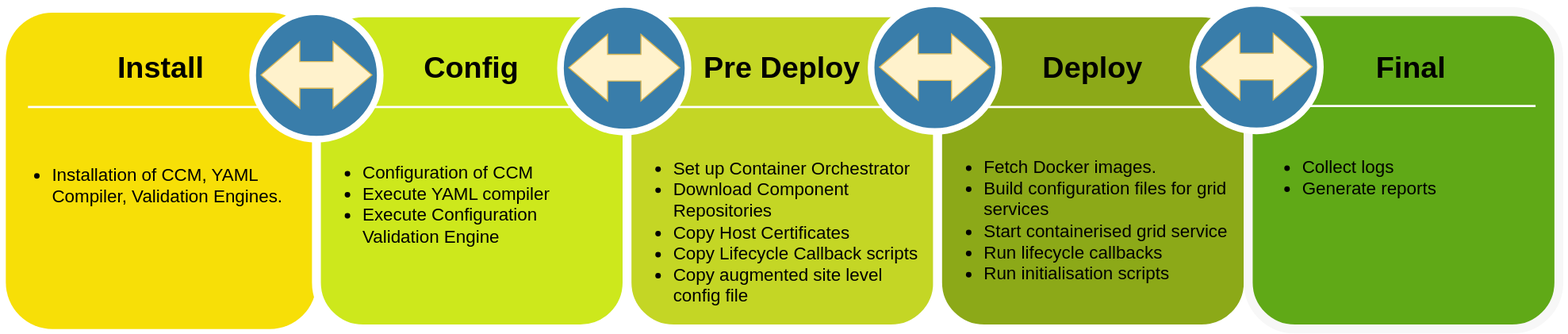
maany/simple-diagrams keeps this draw.io diagram as SIMPLE-execution pipeline.svg. Above is the earlier version. Source tidied: cells renumbered, new cells last; positions are measured from the earlier drawing's top-left corner, leaving out a move shared by most shapes.
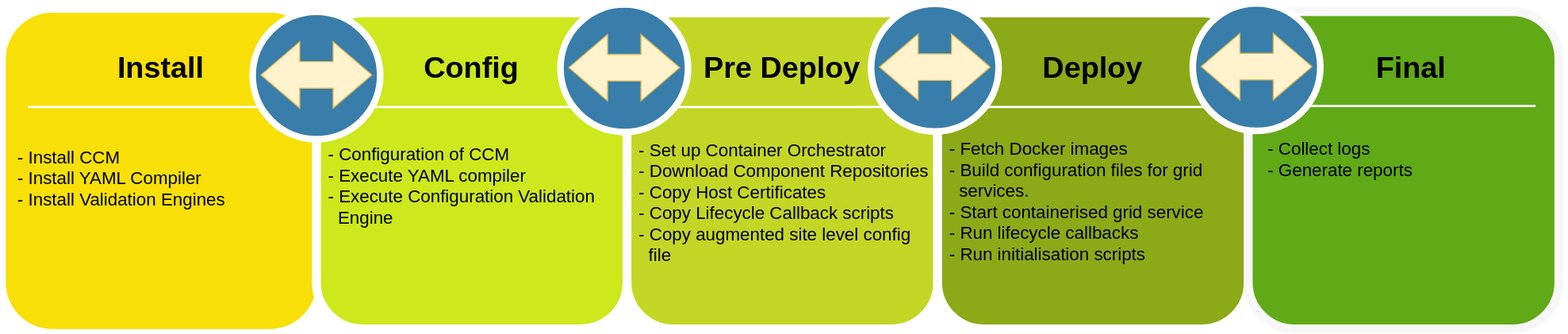
Above is the later version.

What changed in the source:
```diff
@@ -8,9 +8,9 @@
     <mxCell id="3" value="Install" style="text;html=1;strokeColor=none;fillColor=none;align=center;verticalAlign=middle;whiteSpace=wrap;rounded=0;shadow=0;fontSize=27;fontColor=#000000;fontStyle=1;" parent="1" vertex="1">
       <mxGeometry y="30" width="280" height="60" as="geometry" />
     </mxCell>
-    <mxCell id="4" value="&lt;ul style=&quot;font-size: 16px;&quot;&gt;&lt;li style=&quot;font-size: 16px;&quot;&gt;Installation of CCM, YAML Compiler, Validation Engines.&lt;/li&gt;&lt;/ul&gt;" style="text;html=1;strokeColor=none;fillColor=none;align=left;verticalAlign=top;whiteSpace=wrap;rounded=0;shadow=0;fontSize=16;fontColor=#000000;" parent="1" vertex="1">
-      <mxGeometry y="124" width="280" height="87.5" as="geometry" />
-    </mxCell>
+    <mxCell id="31" value="  - Install CCM&#10;  - Install YAML Compiler&#10;  - Install Validation Engines" style="text;strokeColor=none;fillColor=none;align=left;verticalAlign=top;rounded=0;shadow=0;fontSize=16;fontColor=#000000;" parent="1" vertex="1">
+      <mxGeometry y="124" width="280" height="87.5" as="geometry" />
+    </mxCell>
     <mxCell id="5" style="line;strokeWidth=2;html=1;rounded=0;shadow=0;fontSize=27;align=center;fillColor=none;strokeColor=#FFFFFF;" parent="1" vertex="1">
       <mxGeometry x="20" y="90" width="240" height="10" as="geometry" />
     </mxCell>
@@ -20,9 +20,9 @@
     <mxCell id="7" value="Config" style="text;html=1;strokeColor=none;fillColor=none;align=center;verticalAlign=middle;whiteSpace=wrap;rounded=0;shadow=0;fontSize=27;fontColor=#000000;fontStyle=1;" parent="1" vertex="1">
       <mxGeometry x="280" y="30" width="280" height="60" as="geometry" />
     </mxCell>
-    <mxCell id="8" value="&lt;ul style=&quot;font-size: 16px;&quot;&gt;&lt;li style=&quot;font-size: 16px;&quot;&gt;Configuration of CCM&lt;/li&gt;&lt;li style=&quot;font-size: 16px;&quot;&gt;Execute YAML compiler&lt;/li&gt;&lt;li style=&quot;font-size: 16px;&quot;&gt;Execute Configuration Validation Engine&lt;/li&gt;&lt;/ul&gt;" style="text;html=1;strokeColor=none;fillColor=none;align=left;verticalAlign=top;whiteSpace=wrap;rounded=0;shadow=0;fontSize=16;fontColor=#000000;" parent="1" vertex="1">
-      <mxGeometry x="280" y="121.5" width="270" height="158.5" as="geometry" />
-    </mxCell>
+    <mxCell id="32" value="  - Configuration of CCM&#10;  - Execute YAML compiler&#10;  - Execute Configuration Validation &#10;    Engine" style="text;strokeColor=none;fillColor=none;align=left;verticalAlign=top;rounded=0;shadow=0;fontSize=16;fontColor=#000000;" parent="1" vertex="1">
+      <mxGeometry x="280" y="121.5" width="270" height="158.5" as="geometry" />
+    </mxCell>
     <mxCell id="9" style="line;strokeWidth=2;html=1;rounded=0;shadow=0;fontSize=27;align=center;fillColor=none;strokeColor=#FFFFFF;" parent="1" vertex="1">
       <mxGeometry x="300" y="90" width="240" height="10" as="geometry" />
     </mxCell>
@@ -38,9 +38,9 @@
     <mxCell id="13" value="Pre Deploy" style="text;html=1;strokeColor=none;fillColor=none;align=center;verticalAlign=middle;whiteSpace=wrap;rounded=0;shadow=0;fontSize=27;fontColor=#000000;fontStyle=1;" parent="1" vertex="1">
       <mxGeometry x="560" y="30" width="280" height="60" as="geometry" />
     </mxCell>
-    <mxCell id="14" value="&lt;ul style=&quot;font-size: 16px&quot;&gt;&lt;li style=&quot;font-size: 16px&quot;&gt;Set up Container Orchestrator&lt;/li&gt;&lt;li style=&quot;font-size: 16px&quot;&gt;Download Component Repositories &lt;/li&gt;&lt;li style=&quot;font-size: 16px&quot;&gt;Copy Host Certificates&lt;/li&gt;&lt;li style=&quot;font-size: 16px&quot;&gt;Copy Lifecycle Callback scripts &lt;/li&gt;&lt;li style=&quot;font-size: 16px&quot;&gt;Copy augmented site level config file&lt;/li&gt;&lt;/ul&gt;" style="text;html=1;strokeColor=none;fillColor=none;align=left;verticalAlign=top;whiteSpace=wrap;rounded=0;shadow=0;fontSize=16;fontColor=#000000;" parent="1" vertex="1">
-      <mxGeometry x="560" y="117.5" width="270" height="155" as="geometry" />
-    </mxCell>
+    <mxCell id="33" value="  - Set up Container Orchestrator&#10;  - Download Component Repositories&#10;  - Copy Host Certificates&#10;  - Copy Lifecycle Callback scripts &#10;  - Copy augmented site level config &#10;    file" style="text;strokeColor=none;fillColor=none;align=left;verticalAlign=top;rounded=0;shadow=0;fontSize=16;fontColor=#000000;" parent="1" vertex="1">
+      <mxGeometry x="560" y="117.5" width="270" height="155" as="geometry" />
+    </mxCell>
     <mxCell id="15" style="line;strokeWidth=2;html=1;rounded=0;shadow=0;fontSize=27;align=center;fillColor=none;strokeColor=#FFFFFF;" parent="1" vertex="1">
       <mxGeometry x="580" y="90" width="240" height="10" as="geometry" />
     </mxCell>
@@ -50,18 +50,18 @@
     <mxCell id="17" value="Deploy" style="text;html=1;strokeColor=none;fillColor=none;align=center;verticalAlign=middle;whiteSpace=wrap;rounded=0;shadow=0;fontSize=27;fontColor=#000000;fontStyle=1;" parent="1" vertex="1">
       <mxGeometry x="840" y="30" width="280" height="60" as="geometry" />
     </mxCell>
-    <mxCell id="18" value="&lt;ul style=&quot;font-size: 16px;&quot;&gt;&lt;li style=&quot;font-size: 16px;&quot;&gt;Fetch Docker images.&lt;/li&gt;&lt;li style=&quot;font-size: 16px;&quot;&gt;Build configuration files for grid services&lt;/li&gt;&lt;li style=&quot;font-size: 16px;&quot;&gt;Start containerised grid service&lt;/li&gt;&lt;li style=&quot;font-size: 16px;&quot;&gt;Run lifecycle callbacks&lt;/li&gt;&lt;li style=&quot;font-size: 16px;&quot;&gt;Run initialisation scripts&amp;nbsp;&lt;/li&gt;&lt;/ul&gt;" style="text;html=1;strokeColor=none;fillColor=none;align=left;verticalAlign=top;whiteSpace=wrap;rounded=0;shadow=0;fontSize=16;fontColor=#000000;" parent="1" vertex="1">
-      <mxGeometry x="840" y="116.5" width="270" height="116" as="geometry" />
-    </mxCell>
+    <mxCell id="34" value="  - Fetch Docker images&#10;  - Build configuration files for grid &#10;    services.&#10;  - Start containerised grid service&#10;  - Run lifecycle callbacks&#10;  - Run initialisation scripts " style="text;strokeColor=none;fillColor=none;align=left;verticalAlign=top;rounded=0;shadow=0;fontSize=16;fontColor=#000000;" parent="1" vertex="1">
+      <mxGeometry x="840" y="116.5" width="270" height="116" as="geometry" />
+    </mxCell>
     <mxCell id="19" style="line;strokeWidth=2;html=1;rounded=0;shadow=0;fontSize=27;align=center;fillColor=none;strokeColor=#FFFFFF;" parent="1" vertex="1">
       <mxGeometry x="860" y="90" width="240" height="10" as="geometry" />
     </mxCell>
     <mxCell id="20" style="whiteSpace=wrap;html=1;rounded=1;shadow=0;strokeWidth=8;fontSize=20;align=center;fillColor=#60a917;strokeColor=#F7F7F7;fontColor=#ffffff;" parent="1" vertex="1">
       <mxGeometry x="1120" y="9" width="280" height="286" as="geometry" />
     </mxCell>
-    <mxCell id="21" value="&lt;ul style=&quot;font-size: 16px;&quot;&gt;&lt;li style=&quot;font-size: 16px;&quot;&gt;Collect logs&lt;/li&gt;&lt;li style=&quot;font-size: 16px;&quot;&gt;Generate reports&lt;/li&gt;&lt;/ul&gt;" style="text;html=1;strokeColor=none;fillColor=none;align=left;verticalAlign=top;whiteSpace=wrap;rounded=0;shadow=0;fontSize=16;fontColor=#000000;" parent="1" vertex="1">
-      <mxGeometry x="1127" y="116.5" width="263" height="90" as="geometry" />
-    </mxCell>
+    <mxCell id="35" value="  - Collect logs&#10;  - Generate reports" style="text;strokeColor=none;fillColor=none;align=left;verticalAlign=top;rounded=0;shadow=0;fontSize=16;fontColor=#000000;" parent="1" vertex="1">
+      <mxGeometry x="1127" y="116.5" width="263" height="90" as="geometry" />
+    </mxCell>
     <mxCell id="22" style="line;strokeWidth=2;html=1;rounded=0;shadow=0;fontSize=27;align=center;fillColor=none;strokeColor=#FFFFFF;" parent="1" vertex="1">
       <mxGeometry x="1139" y="89" width="240" height="10" as="geometry" />
     </mxCell>
```
